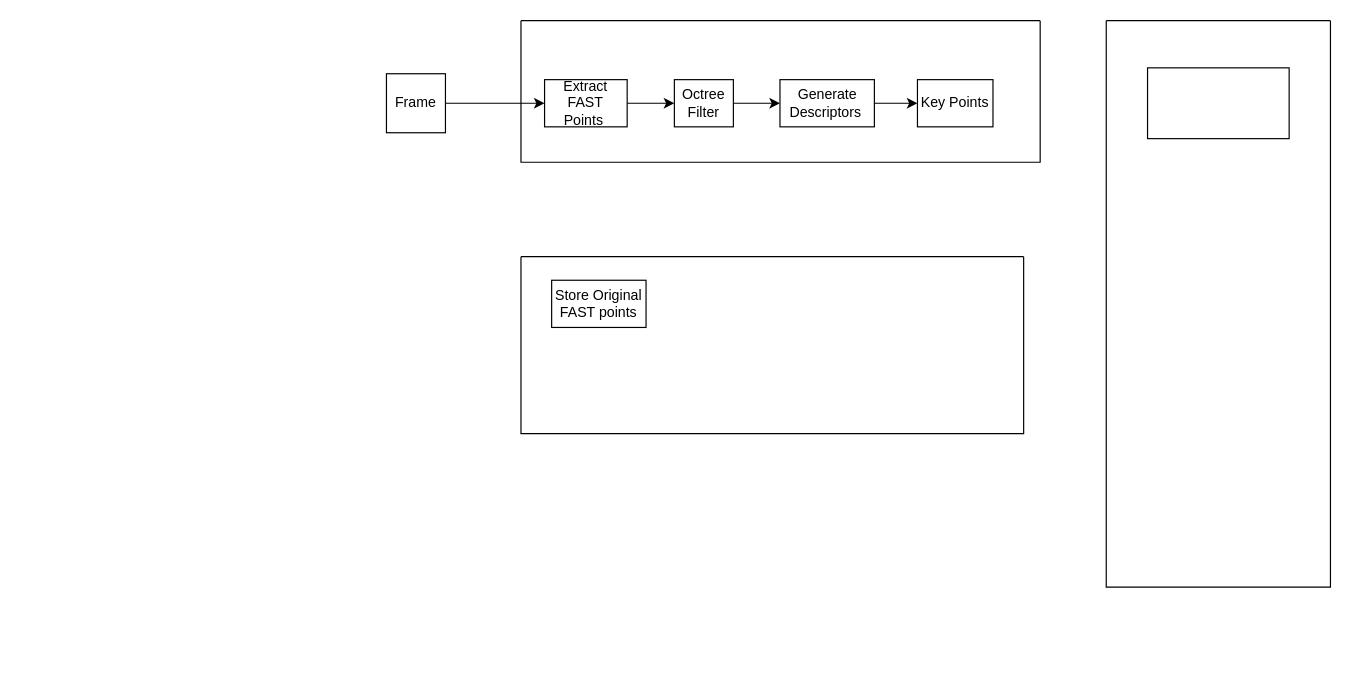
The draw.io diagram sim.drawio in caolonghaoclh/cmscript, before the edit. Source tidied: cells renumbered, new cells numbered last; positions are measured from the earlier drawing's top-left corner, leaving out a move shared by most shapes. Both pictures are drawn from the tidied source at 118%, with x=0, y=0 at pixel (386, 20).
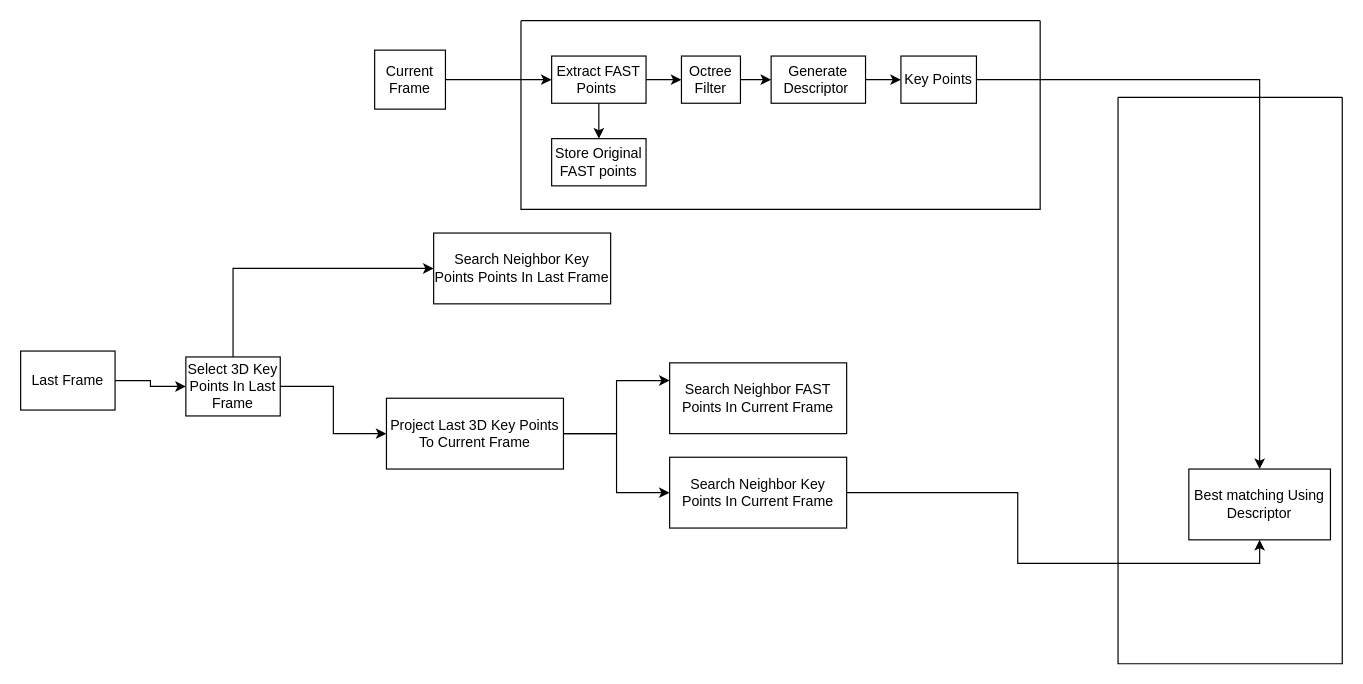
After the change.

Diff of the diagram source:
```diff
@@
-    <mxCell id="3" value="Frame" style="rounded=0;whiteSpace=wrap;html=1;" parent="1" vertex="1">
-      <mxGeometry y="45" width="50" height="50" as="geometry" />
+    <mxCell id="3" value="Current Frame" style="rounded=0;whiteSpace=wrap;html=1;" parent="1" vertex="1">
+      <mxGeometry x="-10" y="25" width="60" height="50" as="geometry" />
     </mxCell>
     <mxCell id="4" style="swimlane;startSize=0;" parent="1" vertex="1">
-      <mxGeometry x="114" width="440" height="120" as="geometry" />
+      <mxGeometry x="114" width="440" height="160" as="geometry" />
     </mxCell>
+    <mxCell id="16" style="edgeStyle=orthogonalEdgeStyle;rounded=0;jettySize=auto;html=1;entryX=0.5;entryY=0;entryDx=0;entryDy=0;" parent="4" edge="1" source="5" target="13">
+      <mxGeometry relative="1" as="geometry" />
+    </mxCell>
     <mxCell id="5" value="E&lt;span style=&quot;background-color: transparent; color: light-dark(rgb(0, 0, 0), rgb(255, 255, 255));&quot;&gt;xtract FAST Points&amp;nbsp;&lt;/span&gt;" style="rounded=0;whiteSpace=wrap;html=1;" parent="4" vertex="1">
-      <mxGeometry x="20" y="50" width="70" height="40" as="geometry" />
+      <mxGeometry x="26" y="30" width="80" height="40" as="geometry" />
     </mxCell>
     <mxCell id="6" value="Octree Filter" style="rounded=0;whiteSpace=wrap;html=1;" parent="4" vertex="1">
-      <mxGeometry x="130" y="50" width="50" height="40" as="geometry" />
+      <mxGeometry x="136" y="30" width="50" height="40" as="geometry" />
     </mxCell>
-    <mxCell id="7" value="&lt;span style=&quot;background-color: transparent; color: light-dark(rgb(0, 0, 0), rgb(255, 255, 255));&quot;&gt;Generate Descriptors&amp;nbsp;&lt;/span&gt;" style="rounded=0;whiteSpace=wrap;html=1;" parent="4" vertex="1">
-      <mxGeometry x="219.5" y="50" width="80" height="40" as="geometry" />
+    <mxCell id="7" value="&lt;span style=&quot;background-color: transparent; color: light-dark(rgb(0, 0, 0), rgb(255, 255, 255));&quot;&gt;Generate Descriptor&lt;/span&gt;&lt;span style=&quot;background-color: transparent; color: light-dark(rgb(0, 0, 0), rgb(255, 255, 255));&quot;&gt;&amp;nbsp;&lt;/span&gt;" style="rounded=0;whiteSpace=wrap;html=1;" parent="4" vertex="1">
+      <mxGeometry x="212" y="30" width="80" height="40" as="geometry" />
     </mxCell>
     <mxCell id="8" value="Key Points" style="rounded=0;whiteSpace=wrap;html=1;" parent="4" vertex="1">
-      <mxGeometry x="336" y="50" width="64" height="40" as="geometry" />
+      <mxGeometry x="322" y="30" width="64" height="40" as="geometry" />
     </mxCell>
@@
-    <mxCell id="12" style="swimlane;startSize=0;" parent="1" vertex="1">
-      <mxGeometry x="114" y="200" width="426" height="150" as="geometry" />
-    </mxCell>
-    <mxCell id="13" value="Store Original FAST points" style="rounded=0;whiteSpace=wrap;html=1;" parent="12" vertex="1">
-      <mxGeometry x="26" y="20" width="80" height="40" as="geometry" />
+    <mxCell id="13" value="Store Original FAST points" style="rounded=0;whiteSpace=wrap;html=1;" parent="4" vertex="1">
+      <mxGeometry x="26" y="100" width="80" height="40" as="geometry" />
     </mxCell>
     <mxCell id="14" style="swimlane;startSize=0;" parent="1" vertex="1">
-      <mxGeometry x="610" width="190" height="480" as="geometry" />
+      <mxGeometry x="620" y="65" width="190" height="480" as="geometry" />
     </mxCell>
+    <mxCell id="17" value="Best matching Using Descriptor" style="rounded=0;whiteSpace=wrap;html=1;" parent="14" vertex="1">
+      <mxGeometry x="60" y="315" width="120" height="60" as="geometry" />
+    </mxCell>
+    <mxCell id="18" style="edgeStyle=orthogonalEdgeStyle;rounded=0;jettySize=auto;html=1;" parent="1" edge="1" source="8" target="17">
+      <mxGeometry relative="1" as="geometry" />
+    </mxCell>
+    <mxCell id="19" style="edgeStyle=orthogonalEdgeStyle;rounded=0;jettySize=auto;html=1;" parent="1" edge="1" source="20" target="23">
+      <mxGeometry relative="1" as="geometry" />
+    </mxCell>
+    <mxCell id="20" value="Last Frame" style="rounded=0;whiteSpace=wrap;html=1;" parent="1" vertex="1">
+      <mxGeometry x="-310" y="280" width="80" height="50" as="geometry" />
+    </mxCell>
+    <mxCell id="21" style="edgeStyle=orthogonalEdgeStyle;rounded=0;jettySize=auto;html=1;" parent="1" edge="1" source="23" target="15">
+      <mxGeometry relative="1" as="geometry" />
+    </mxCell>
+    <mxCell id="22" style="edgeStyle=orthogonalEdgeStyle;rounded=0;jettySize=auto;html=1;" parent="1" edge="1" source="23" target="27">
+      <mxGeometry relative="1" as="geometry">
+        <Array as="points">
+          <mxPoint x="-130" y="210" />
+        </Array>
+      </mxGeometry>
+    </mxCell>
+    <mxCell id="23" value="S&lt;span style=&quot;background-color: transparent; color: light-dark(rgb(0, 0, 0), rgb(255, 255, 255));&quot;&gt;elect 3D Key Points In Last Frame&lt;/span&gt;" style="rounded=0;whiteSpace=wrap;html=1;" parent="1" vertex="1">
+      <mxGeometry x="-170" y="285" width="80" height="50" as="geometry" />
+    </mxCell>
+    <mxCell id="24" style="edgeStyle=orthogonalEdgeStyle;rounded=0;jettySize=auto;html=1;entryX=0.5;entryY=1;entryDx=0;entryDy=0;" parent="1" edge="1" source="26" target="17">
+      <mxGeometry relative="1" as="geometry" />
+    </mxCell>
+    <mxCell id="25" style="edgeStyle=orthogonalEdgeStyle;rounded=0;jettySize=auto;html=1;entryX=0;entryY=0.25;entryDx=0;entryDy=0;" parent="1" edge="1" source="15" target="29">
+      <mxGeometry relative="1" as="geometry" />
+    </mxCell>
-    <mxCell id="15" style="rounded=0;whiteSpace=wrap;html=1;" parent="14" vertex="1">
-      <mxGeometry x="35" y="40" width="120" height="60" as="geometry" />
+    <mxCell id="15" value="Project Last 3D Key Points To Current Frame" style="rounded=0;whiteSpace=wrap;html=1;" parent="1" vertex="1">
+      <mxGeometry y="320" width="150" height="60" as="geometry" />
     </mxCell>
+    <mxCell id="26" value="Search Neighbor Key Points In Current Frame" style="rounded=0;whiteSpace=wrap;html=1;" parent="1" vertex="1">
+      <mxGeometry x="240" y="370" width="150" height="60" as="geometry" />
+    </mxCell>
+    <mxCell id="27" value="Search Neighbor Key Points Points In Last Frame" style="rounded=0;whiteSpace=wrap;html=1;" parent="1" vertex="1">
+      <mxGeometry x="40" y="180" width="150" height="60" as="geometry" />
+    </mxCell>
+    <mxCell id="28" style="edgeStyle=orthogonalEdgeStyle;rounded=0;jettySize=auto;html=1;" parent="1" edge="1" source="15" target="26">
+      <mxGeometry relative="1" as="geometry" />
+    </mxCell>
+    <mxCell id="29" value="Search Neighbor FAST Points In Current Frame" style="rounded=0;whiteSpace=wrap;html=1;" parent="1" vertex="1">
+      <mxGeometry x="240" y="290" width="150" height="60" as="geometry" />
+    </mxCell>
```
